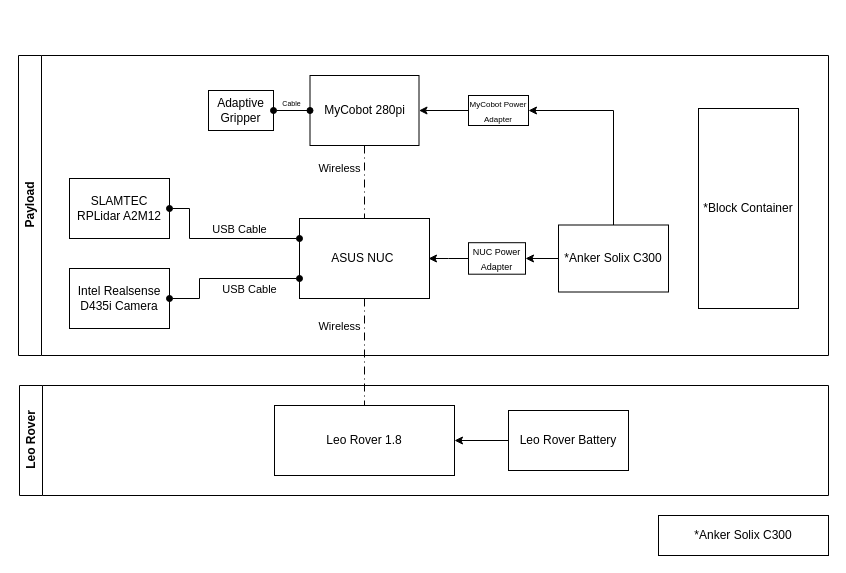
The draw.io diagram page "Page-1" (1 of 2) of CW4_preliminary_design_review/Block_diagrams/system_design(hardware)/system_block.drawio in longchuanYoRHa/Group12_team_space, before the edit. Source tidied: cells renumbered, new cells numbered last; positions are measured from the earlier drawing's top-left corner, leaving out a move shared by most shapes. Both pictures are drawn from the tidied source at 100%, with x=0, y=0 at pixel (18, 55).
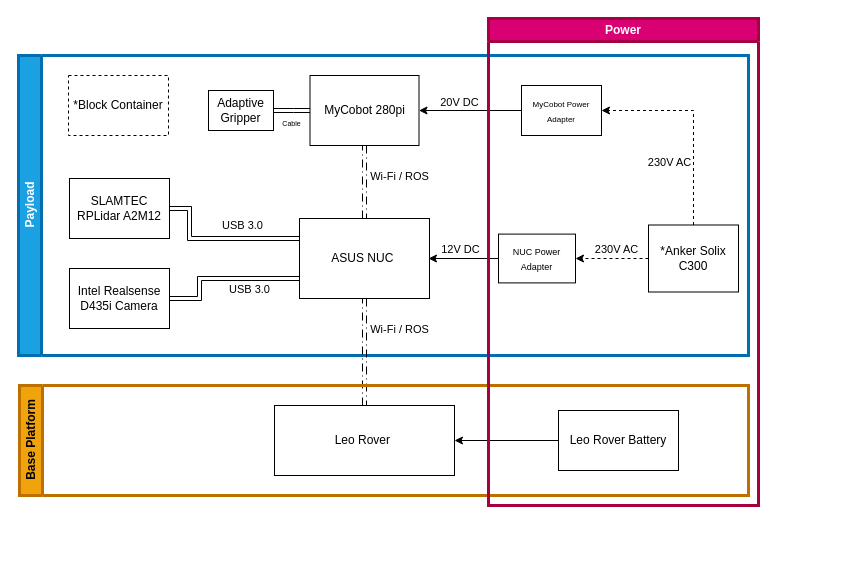
Above is the later version.

Commit message (it also covers changes not shown here):
Update system block diagram: enhanced visual elements, added labels, and removed outdated PDF

Unchanged cells that the change refers to:
```xml
<mxCell id="3" value="ASUS NUC&amp;nbsp;" style="whiteSpace=wrap;html=1;" parent="1" vertex="1">
  <mxGeometry x="281" y="163" width="130" height="80" as="geometry" />
</mxCell>
<mxCell id="4" value="Intel Realsense D435i Camera" style="whiteSpace=wrap;html=1;" parent="1" vertex="1">
  <mxGeometry x="51" y="213" width="100" height="60" as="geometry" />
</mxCell>
<mxCell id="7" value="SLAMTEC RPLidar A2M12" style="whiteSpace=wrap;html=1;" parent="1" vertex="1">
  <mxGeometry x="51" y="123" width="100" height="60" as="geometry" />
</mxCell>
<mxCell id="20" value="MyCobot 280pi" style="whiteSpace=wrap;html=1;" parent="1" vertex="1">
  <mxGeometry x="291.5" y="20" width="109" height="70" as="geometry" />
</mxCell>
<mxCell id="25" value="Adaptive Gripper" style="whiteSpace=wrap;html=1;" parent="1" vertex="1">
  <mxGeometry x="190" y="35" width="65" height="40" as="geometry" />
</mxCell>
<mxCell id="28" style="edgeStyle=orthogonalEdgeStyle;rounded=0;jettySize=auto;html=1;" parent="1" edge="1" source="29">
  <mxGeometry relative="1" as="geometry">
    <mxPoint x="410" y="203" as="targetPoint" />
  </mxGeometry>
</mxCell>
<mxCell id="30" style="edgeStyle=orthogonalEdgeStyle;rounded=0;jettySize=auto;html=1;" parent="1" edge="1" source="31" target="20">
  <mxGeometry relative="1" as="geometry" />
</mxCell>
```

The edit, as a diff of the source:
```diff
@@
-    <mxCell id="2" value="Payload" style="swimlane;horizontal=0;whiteSpace=wrap;html=1;" parent="1" vertex="1">
-      <mxGeometry width="810" height="300" as="geometry" />
+    <mxCell id="2" value="Payload" style="swimlane;horizontal=0;whiteSpace=wrap;html=1;fillColor=#1ba1e2;strokeColor=#006EAF;fontColor=#ffffff;strokeWidth=3;swimlaneFillColor=none;" parent="1" vertex="1">
+      <mxGeometry width="730" height="300" as="geometry" />
     </mxCell>
+    <mxCell id="24" value="*Block Container" style="rounded=0;whiteSpace=wrap;html=1;dashed=1;" parent="2" vertex="1">
+      <mxGeometry x="50" y="20" width="100" height="60" as="geometry" />
+    </mxCell>
+    <mxCell id="29" value="&lt;font style=&quot;font-size: 9px;&quot;&gt;NUC Power Adapter&lt;/font&gt;" style="whiteSpace=wrap;html=1;" parent="2" vertex="1">
+      <mxGeometry x="480" y="178.6" width="77" height="48.8" as="geometry" />
+    </mxCell>
+    <mxCell id="23" value="*Anker Solix C300" style="whiteSpace=wrap;html=1;" parent="2" vertex="1">
+      <mxGeometry x="630" y="169.5" width="90" height="67" as="geometry" />
+    </mxCell>
+    <mxCell id="21" style="edgeStyle=orthogonalEdgeStyle;rounded=0;jettySize=auto;html=1;entryX=1;entryY=0.5;entryDx=0;entryDy=0;dashed=1;" parent="2" edge="1" source="23" target="29">
+      <mxGeometry relative="1" as="geometry" />
+    </mxCell>
+    <mxCell id="32" value="230V AC" style="edgeLabel;html=1;align=center;verticalAlign=middle;" parent="21" vertex="1">
+      <mxGeometry x="-0.25" y="-1" relative="1" as="geometry">
+        <mxPoint x="-6" y="-9" as="offset" />
+      </mxGeometry>
+    </mxCell>
@@
-    <mxCell id="5" style="edgeStyle=orthogonalEdgeStyle;rounded=0;jettySize=auto;html=1;entryX=0;entryY=0.75;entryDx=0;entryDy=0;endArrow=oval;endFill=1;startArrow=oval;startFill=1;" parent="1" edge="1" source="4" target="3">
+    <mxCell id="5" style="edgeStyle=orthogonalEdgeStyle;rounded=0;jettySize=auto;html=1;entryX=0;entryY=0.75;entryDx=0;entryDy=0;endArrow=oval;endFill=1;startArrow=oval;startFill=1;shape=link;" parent="1" edge="1" source="4" target="3">
       <mxGeometry relative="1" as="geometry">
         <Array as="points">
           <mxPoint x="181" y="243" />
           <mxPoint x="181" y="223" />
         </Array>
       </mxGeometry>
     </mxCell>
-    <mxCell id="6" value="USB Cable" style="edgeLabel;html=1;align=center;verticalAlign=middle;" parent="5" vertex="1">
+    <mxCell id="6" value="USB 3.0" style="edgeLabel;html=1;align=center;verticalAlign=middle;" parent="5" vertex="1">
       <mxGeometry x="0.25" y="-1" relative="1" as="geometry">
         <mxPoint x="5" y="9" as="offset" />
       </mxGeometry>
     </mxCell>
@@
-    <mxCell id="8" style="edgeStyle=orthogonalEdgeStyle;rounded=0;jettySize=auto;html=1;entryX=0;entryY=0.25;entryDx=0;entryDy=0;endArrow=oval;endFill=1;startArrow=oval;startFill=1;" parent="1" edge="1" source="7" target="3">
+    <mxCell id="8" style="edgeStyle=orthogonalEdgeStyle;rounded=0;jettySize=auto;html=1;entryX=0;entryY=0.25;entryDx=0;entryDy=0;endArrow=oval;endFill=1;startArrow=oval;startFill=1;shape=link;" parent="1" edge="1" source="7" target="3">
       <mxGeometry relative="1" as="geometry">
         <Array as="points">
           <mxPoint x="171" y="153" />
           <mxPoint x="171" y="183" />
         </Array>
       </mxGeometry>
     </mxCell>
-    <mxCell id="9" value="USB Cable" style="edgeLabel;html=1;align=center;verticalAlign=middle;" parent="8" vertex="1">
+    <mxCell id="9" value="USB 3.0" style="edgeLabel;html=1;align=center;verticalAlign=middle;" parent="8" vertex="1">
       <mxGeometry x="0.24" relative="1" as="geometry">
-        <mxPoint y="-10" as="offset" />
+        <mxPoint x="3" y="-14" as="offset" />
       </mxGeometry>
     </mxCell>
-    <mxCell id="10" style="edgeStyle=orthogonalEdgeStyle;rounded=0;jettySize=auto;html=1;entryX=0;entryY=0.5;entryDx=0;entryDy=0;startArrow=classic;startFill=1;endArrow=none;endFill=0;" parent="1" edge="1" source="11" target="17">
-      <mxGeometry relative="1" as="geometry" />
-    </mxCell>
-    <mxCell id="11" value="Leo Rover 1.8" style="whiteSpace=wrap;html=1;" parent="1" vertex="1">
-      <mxGeometry x="256" y="350" width="180" height="70" as="geometry" />
-    </mxCell>
-    <mxCell id="12" style="edgeStyle=orthogonalEdgeStyle;rounded=0;jettySize=auto;html=1;entryX=0.5;entryY=0;entryDx=0;entryDy=0;endArrow=none;endFill=0;dashed=1;dashPattern=8 4 1 4;" parent="1" edge="1" source="20" target="3">
+    <mxCell id="12" style="edgeStyle=orthogonalEdgeStyle;rounded=0;jettySize=auto;html=1;entryX=0.5;entryY=0;entryDx=0;entryDy=0;endArrow=none;endFill=0;dashed=1;dashPattern=8 4 1 4;shape=link;" parent="1" edge="1" source="20" target="3">
       <mxGeometry relative="1" as="geometry" />
     </mxCell>
@@
-    <mxCell id="14" value="Wireless" style="edgeLabel;html=1;align=center;verticalAlign=middle;" parent="12" vertex="1">
+    <mxCell id="14" value="Wi-Fi / ROS" style="edgeLabel;html=1;align=center;verticalAlign=middle;" parent="12" vertex="1">
       <mxGeometry x="-0.11" y="1" relative="1" as="geometry">
-        <mxPoint x="-27" y="-10" as="offset" />
+        <mxPoint x="33" y="-2" as="offset" />
       </mxGeometry>
     </mxCell>
-    <mxCell id="15" style="edgeStyle=orthogonalEdgeStyle;rounded=0;jettySize=auto;html=1;entryX=0.5;entryY=0;entryDx=0;entryDy=0;startArrow=none;startFill=0;endArrow=none;endFill=0;dashed=1;dashPattern=8 4 1 4;" parent="1" edge="1" source="3" target="11">
+    <mxCell id="15" style="edgeStyle=orthogonalEdgeStyle;rounded=0;jettySize=auto;html=1;entryX=0.5;entryY=0;entryDx=0;entryDy=0;startArrow=none;startFill=0;endArrow=none;endFill=0;dashed=1;dashPattern=8 4 1 4;shape=link;" parent="1" edge="1" source="3" target="11">
       <mxGeometry relative="1" as="geometry" />
     </mxCell>
-    <mxCell id="16" value="Wireless" style="edgeLabel;html=1;align=center;verticalAlign=middle;" parent="15" vertex="1">
+    <mxCell id="16" value="Wi-Fi / ROS" style="edgeLabel;html=1;align=center;verticalAlign=middle;" parent="15" vertex="1">
       <mxGeometry x="-0.51" y="-1" relative="1" as="geometry">
-        <mxPoint x="-25" y="1" as="offset" />
+        <mxPoint x="35" y="4" as="offset" />
       </mxGeometry>
     </mxCell>
+    <mxCell id="18" value="Base Platform" style="swimlane;horizontal=0;whiteSpace=wrap;html=1;fillColor=#f0a30a;strokeColor=#BD7000;fontColor=#000000;strokeWidth=3;" parent="1" vertex="1">
+      <mxGeometry x="1" y="330" width="729" height="110" as="geometry" />
+    </mxCell>
+    <mxCell id="11" value="Leo Rover&amp;nbsp;" style="whiteSpace=wrap;html=1;" parent="18" vertex="1">
+      <mxGeometry x="255" y="20" width="180" height="70" as="geometry" />
+    </mxCell>
-    <mxCell id="17" value="Leo Rover Battery" style="rounded=0;whiteSpace=wrap;html=1;" parent="1" vertex="1">
-      <mxGeometry x="490" y="355" width="120" height="60" as="geometry" />
+    <mxCell id="17" value="Leo Rover Battery" style="rounded=0;whiteSpace=wrap;html=1;" parent="18" vertex="1">
+      <mxGeometry x="539" y="25" width="120" height="60" as="geometry" />
     </mxCell>
-    <mxCell id="18" value="Leo Rover" style="swimlane;horizontal=0;whiteSpace=wrap;html=1;" parent="1" vertex="1">
-      <mxGeometry x="1" y="330" width="809" height="110" as="geometry" />
-    </mxCell>
-    <mxCell id="19" value="*Anker Solix C300" style="rounded=0;whiteSpace=wrap;html=1;" parent="1" vertex="1">
-      <mxGeometry x="640" y="460" width="170" height="40" as="geometry" />
-    </mxCell>
+    <mxCell id="10" style="edgeStyle=orthogonalEdgeStyle;rounded=0;jettySize=auto;html=1;entryX=0;entryY=0.5;entryDx=0;entryDy=0;startArrow=classic;startFill=1;endArrow=none;endFill=0;" parent="18" edge="1" source="11" target="17">
+      <mxGeometry relative="1" as="geometry" />
+    </mxCell>
@@
-    <mxCell id="21" style="edgeStyle=orthogonalEdgeStyle;rounded=0;jettySize=auto;html=1;entryX=1;entryY=0.5;entryDx=0;entryDy=0;" parent="1" edge="1" source="23" target="29">
-      <mxGeometry relative="1" as="geometry" />
-    </mxCell>
-    <mxCell id="22" style="edgeStyle=orthogonalEdgeStyle;rounded=0;jettySize=auto;html=1;entryX=1;entryY=0.5;entryDx=0;entryDy=0;exitX=0.5;exitY=0;exitDx=0;exitDy=0;" parent="1" edge="1" source="23" target="31">
-      <mxGeometry relative="1" as="geometry" />
-    </mxCell>
-    <mxCell id="23" value="*Anker Solix C300" style="whiteSpace=wrap;html=1;" parent="1" vertex="1">
-      <mxGeometry x="540" y="169.5" width="110" height="67" as="geometry" />
-    </mxCell>
-    <mxCell id="24" value="*Block Container" style="rounded=0;whiteSpace=wrap;html=1;" parent="1" vertex="1">
-      <mxGeometry x="680" y="53" width="100" height="200" as="geometry" />
-    </mxCell>
@@
-    <mxCell id="26" style="edgeStyle=orthogonalEdgeStyle;rounded=0;jettySize=auto;html=1;entryX=1;entryY=0.5;entryDx=0;entryDy=0;endArrow=oval;endFill=1;startArrow=oval;startFill=1;" parent="1" edge="1" source="20" target="25">
+    <mxCell id="26" style="edgeStyle=orthogonalEdgeStyle;rounded=0;jettySize=auto;html=1;entryX=1;entryY=0.5;entryDx=0;entryDy=0;endArrow=block;endFill=1;startArrow=block;startFill=0;shape=link;strokeWidth=1;" parent="1" edge="1" source="20" target="25">
       <mxGeometry relative="1" as="geometry" />
     </mxCell>
     <mxCell id="27" value="&lt;span style=&quot;font-size: 7px;&quot;&gt;Cable&lt;/span&gt;" style="edgeLabel;html=1;align=center;verticalAlign=middle;" parent="26" vertex="1">
       <mxGeometry x="-0.04" relative="1" as="geometry">
-        <mxPoint y="-9" as="offset" />
+        <mxPoint y="11" as="offset" />
       </mxGeometry>
     </mxCell>
@@
-    <mxCell id="29" value="&lt;font style=&quot;font-size: 9px;&quot;&gt;NUC Power Adapter&lt;/font&gt;" style="whiteSpace=wrap;html=1;" parent="1" vertex="1">
-      <mxGeometry x="450" y="187.2" width="57" height="31.5" as="geometry" />
-    </mxCell>
+    <mxCell id="33" value="12V DC" style="edgeLabel;html=1;align=center;verticalAlign=middle;" parent="28" vertex="1">
+      <mxGeometry x="0.2" y="-1" relative="1" as="geometry">
+        <mxPoint x="3" y="-9" as="offset" />
+      </mxGeometry>
+    </mxCell>
@@
+    <mxCell id="34" value="20V DC" style="edgeLabel;html=1;align=center;verticalAlign=middle;" parent="30" vertex="1">
+      <mxGeometry x="0.15" y="1" relative="1" as="geometry">
+        <mxPoint x="-4" y="-10" as="offset" />
+      </mxGeometry>
+    </mxCell>
     <mxCell id="31" value="&lt;font style=&quot;font-size: 8px;&quot;&gt;MyCobot Power Adapter&lt;/font&gt;" style="whiteSpace=wrap;html=1;" parent="1" vertex="1">
-      <mxGeometry x="450" y="40" width="60" height="30" as="geometry" />
+      <mxGeometry x="503" y="30" width="80" height="50" as="geometry" />
     </mxCell>
+    <mxCell id="22" style="edgeStyle=orthogonalEdgeStyle;rounded=0;jettySize=auto;html=1;entryX=1;entryY=0.5;entryDx=0;entryDy=0;exitX=0.5;exitY=0;exitDx=0;exitDy=0;dashed=1;" parent="1" edge="1" source="23" target="31">
+      <mxGeometry relative="1" as="geometry" />
+    </mxCell>
+    <mxCell id="35" value="230V AC" style="edgeLabel;html=1;align=center;verticalAlign=middle;" parent="22" vertex="1">
+      <mxGeometry x="-0.25" y="2" relative="1" as="geometry">
+        <mxPoint x="-23" y="14" as="offset" />
+      </mxGeometry>
+    </mxCell>
+    <mxCell id="36" value="Power" style="swimlane;whiteSpace=wrap;html=1;fillColor=#d80073;fontColor=#ffffff;strokeColor=#A50040;strokeWidth=3;" parent="1" vertex="1">
+      <mxGeometry x="470" y="-37" width="270" height="487" as="geometry" />
+    </mxCell>
```
